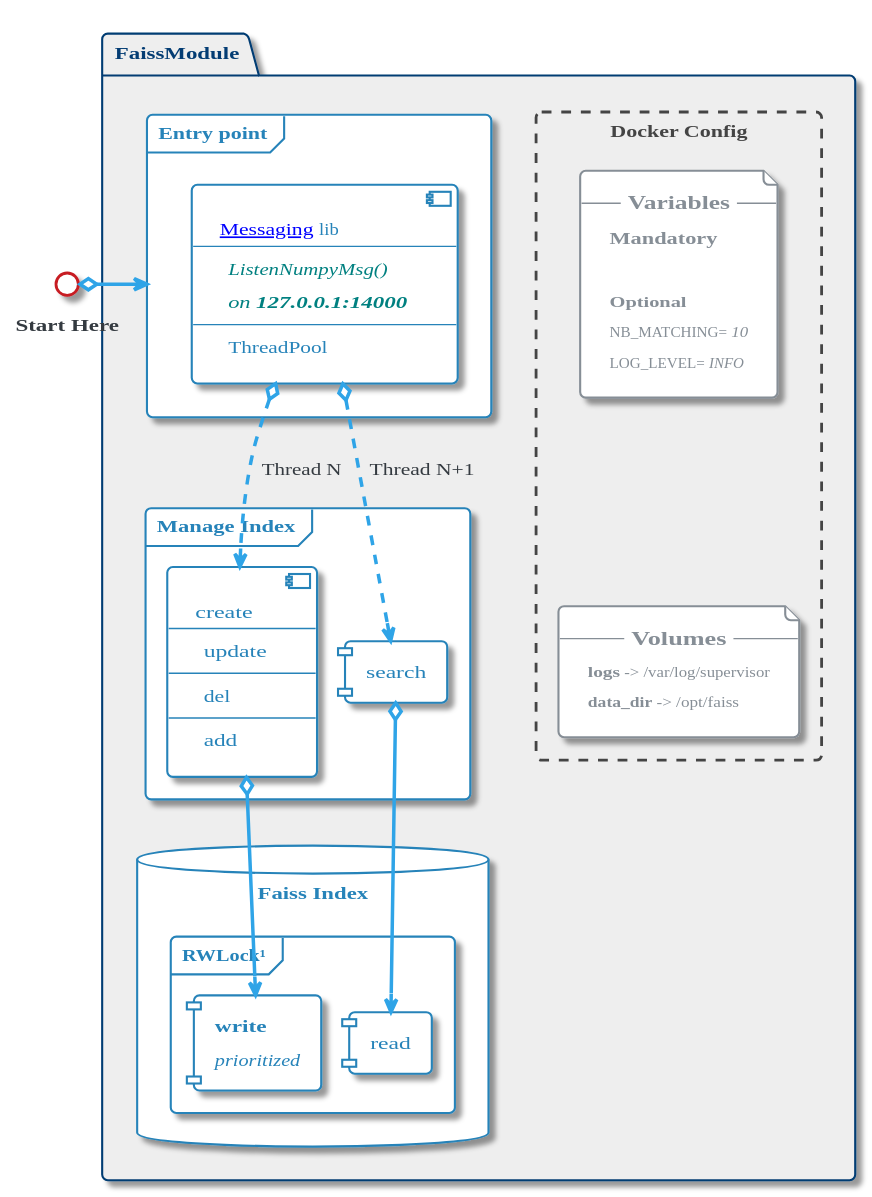
This is images/plantuml/FAISS/faiss/FAISS_Full.svg from momenttech/maestro-architecture, a PlantUML export, as it was before one commit. Source of this version:
```plantuml
@startuml




skinparam backgroundColor White








skinparam defaultFontName       "Verdana"
skinparam defaultFontSize       12
skinparam dpi                   100
skinparam shadowing             True
skinparam roundcorner           8
skinparam ParticipantPadding    40
skinparam BoxPadding            40
skinparam Padding               5
skinparam ArrowColor            #868E96
skinparam stereotype {
    CBackgroundColor #EDF0F2
    CBorderColor #BABDBF
    ABackgroundColor #8FB961
    ABorderColor $SUCCESS_DARK
    IBackgroundColor #D2494E
    IBorderColor $DANGER_DARK
    EBackgroundColor #E47833
    EBorderColor $WARNING_DARK
    NBackgroundColor #35638F
    NBorderColor $INFO_DARK
}
skinparam title {
	FontColor	                 #2FA4E7
	BorderColor	                 #BABDBF
	FontSize	    	         20
	BorderRoundCorner            8
	BorderThickness 	         1
	BackgroundColor              White
}

skinparam legend {
	BackgroundColor White
	BorderColor #BABDBF
	FontColor #343A40
}


skinparam activity {
		FontColor #2683B9
	BorderColor #2683B9
	BackgroundColor White
	BarColor #73A839
	StartColor #033C73
	EndColor #033C73
	DiamondBackgroundColor White
  	DiamondBorderColor #BABDBF
	DiamondFontColor #BABDBF
}


skinparam participant {
		FontColor #2683B9
	BorderColor #2683B9
	BackgroundColor White
	ParticipantBorderThickness 2
}


skinparam actor {
		FontColor #2683B9
	BorderColor #2683B9
	BackgroundColor White
}


skinparam arrow {
	Thickness 2.5
	Color #2FA4E7
	FontColor #343A40
}


skinparam sequence {
	BorderColor #2FA4E7
	TitleFontColor #2FA4E7
	BackgroundColor White
	StartColor #2FA4E7
	EndColor #2FA4E7
	BoxBackgroundColor White
	BoxBorderColor #868E96
	BoxFontColor #343A40
	LifeLineBorderColor #BABDBF
	LifeLineBorderThickness 2
	LifeLineBackgroundColor White
	GroupBorderColor #868E96
	GroupFontColor #343A40
	GroupHeaderFontColor #033C73
	DividerBackgroundColor White
    DividerBorderColor #868E96
    DividerBorderThickness 2
    DividerFontColor #343A40
	ReferenceBackgroundColor White
	ReferenceBorderColor #868E96
	ReferenceFontColor #343A40
	ReferenceHeaderFontColor #033C73
}


skinparam partition {
	BorderColor #2FA4E7
	FontColor #2FA4E7
	BackgroundColor White
}


skinparam collections {
		FontColor #2683B9
	BorderColor #2683B9
	BackgroundColor White
}


skinparam control {
		FontColor #2683B9
	BorderColor #2683B9
	BackgroundColor White
}


skinparam entity {
		FontColor #2683B9
	BorderColor #2683B9
	BackgroundColor White
}


skinparam boundary {
		FontColor #2683B9
	BorderColor #2683B9
	BackgroundColor White
}


skinparam agent {
	BackgroundColor White
	BorderColor #999999
	FontColor #333333
}


skinparam note {
	BorderThickness 1
	BackgroundColor White
	BorderColor #033C73
	FontColor #033C73
}


skinparam artifact {
	BackgroundColor White
	BorderColor #868E96
	FontColor #868E96
}


skinparam component {
		FontColor #2683B9
	BorderColor #2683B9
	BackgroundColor White

}


skinparam interface {
	BackgroundColor  White
	BorderColor  #C71C22
	FontColor #343A40
}


skinparam storage {
	BackgroundColor White
  	BorderColor #DD5600
	FontColor #DD5600
}


skinparam node {
	BackgroundColor White
	BorderColor #343A40
	FontColor #343A40
}


skinparam cloud {
	BackgroundColor #F2FCFE-#eeeeee
	BorderColor #F2FCFE
	FontColor #343A40
}


skinparam database {
		FontColor #2683B9
	BorderColor #2683B9
	BackgroundColor White
}


skinparam class {
		FontColor #2683B9
	BorderColor #2683B9
	BackgroundColor White
	HeaderBackgroundColor #2FA4E7-#2683B9
	StereotypeFontColor #343A40
	BorderThickness 1
	AttributeFontColor #343A40
	AttributeFontSize 11
}


skinparam object {
		FontColor #2683B9
	BorderColor #2683B9
	BackgroundColor White
	StereotypeFontColor #343A40
	BorderThickness 1
	AttributeFontColor #BABDBF
	AttributeFontSize 11
}


skinparam usecase {
		FontColor #2683B9
	BorderColor #2683B9
	BackgroundColor White
	BorderThickness 2
	StereotypeFontColor #2FA4E7
}


skinparam rectangle {
		FontColor #2683B9
	BorderColor #2683B9
	BackgroundColor White
	BorderThickness 2
	StereotypeFontColor #2FA4E7
}


skinparam package {
	BackgroundColor #F2FCFE-#eeeeee
  	BorderColor #033C73
	FontColor #033C73
	BorderThickness 2
}


skinparam folder {
	BackgroundColor White
  	BorderColor #DD5600
	FontColor #DD5600
	BorderThickness 2
}


skinparam frame {
		FontColor #2683B9
	BorderColor #2683B9
	BackgroundColor White
	BorderThickness 2
	StereotypeFontColor #2FA4E7
}



skinparam state {
		FontColor #2683B9
	BorderColor #2683B9
	BackgroundColor White
	StartColor #033C73
	EndColor #033C73
	AttributeFontColor #BABDBF
	AttributeFontSize 11
}


skinparam queue {
		FontColor #2683B9
	BorderColor #2683B9
	BackgroundColor White
}


skinparam card {
	BackgroundColor White
	BorderColor #033C73
	FontColor #033C73
}


skinparam file {
	BackgroundColor White
	BorderColor #868E96
	FontColor #868E96
}


skinparam stack {
		FontColor #2683B9
	BorderColor #2683B9
	BackgroundColor White
}



hide stereotype

!pragma horizontalLineBetweenDifferentPackageAllowed

skinparam file<<NOTE>> {
	BorderThickness 0.5
    BackgroundColor LightYellow
	BorderColor LightSteelBlue
	FontColor SteelBlue
    FontSize 10
    ArrowColor LightSteelBlue
}
skinparam arrow<<NOTE>> {
    Color LightSteelBlue
}





skinparam node<<MULTITHREADED>>{
    FontColor #E47833
	BorderColor #E47833
	BackgroundColor White
	BorderThickness 2
	StereotypeFontColor #2FA4E7
}


skinparam package<<CONTAINER>>{
    	BackgroundColor #eeeeee
  	BorderColor #033C73
	FontColor #033C73
	BorderThickness 2
}
skinparam frame<<CONTAINER>>{
    	BackgroundColor #eeeeee
  	BorderColor #033C73
	FontColor #033C73
	BorderThickness 2
}


skinparam rectangle<<boundary>> {
    BackgroundColor #eeeeee
    Shadowing false
    StereotypeFontSize 0
    FontColor #444444
    BorderColor #444444
    BorderStyle dashed
    BoxPadding 0
}

skinparam file<<docker_params>> {
    Shadowing True
    FontSize 10
}












skinparam nodesep 20
skinparam ranksep 10

scale 1





interface "<b>Start Here</b>" as FAISSØMQ
    package FaissModule as FaissModule <<CONTAINER>> {
            rectangle "Docker Config" <<boundary>> as FaissModule_cfg {


        file "-- =Variables --\n==Mandatory\n\n===Optional\nNB_MATCHING= <i>10</i>\n                                LOG_LEVEL= <i>INFO</i>" <<docker_params>> as FaissModule_vars


        file "-- =Volumes --\n<b>logs</b> -> /var/log/supervisor\n                            <b>data_dir</b> -> /opt/faiss" <<docker_params>> as FaissModule_vols

                FaissModule_vols -[hidden]U- FaissModule_vars
        }

        frame "Entry point" as EntryPoint {
            component FAISS_MSG_C [
                [[http://10.165.64.205/AI/Messaging Messaging]] lib
                ----
                <i><color:teal>ListenNumpyMsg()</color></i>
                <i><color:teal>on <b>127.0.0.1:14000</b></color></i>
                ----
                ThreadPool
                ]
        }
            FAISSØMQ o-r-> EntryPoint

        frame "Manage Index" as MgntIndex {
            component FaissIdxMgnt [
                create
                ---
                update
                ---
                del
                ---
                add]
                [search]
        }

        FAISS_MSG_C o..> [search]: Thread N+1
        FAISS_MSG_C o..> FaissIdxMgnt: Thread N

        database "Faiss Index" as FaissIndex {
            frame "RWLock¹" as FaissRWLock {
                component "<b>write</b>\n<i>prioritized</i>" as write
                [read]
            }
        }
            [search] o--> [read]
            FaissIdxMgnt o--> [write]


}
@enduml
```
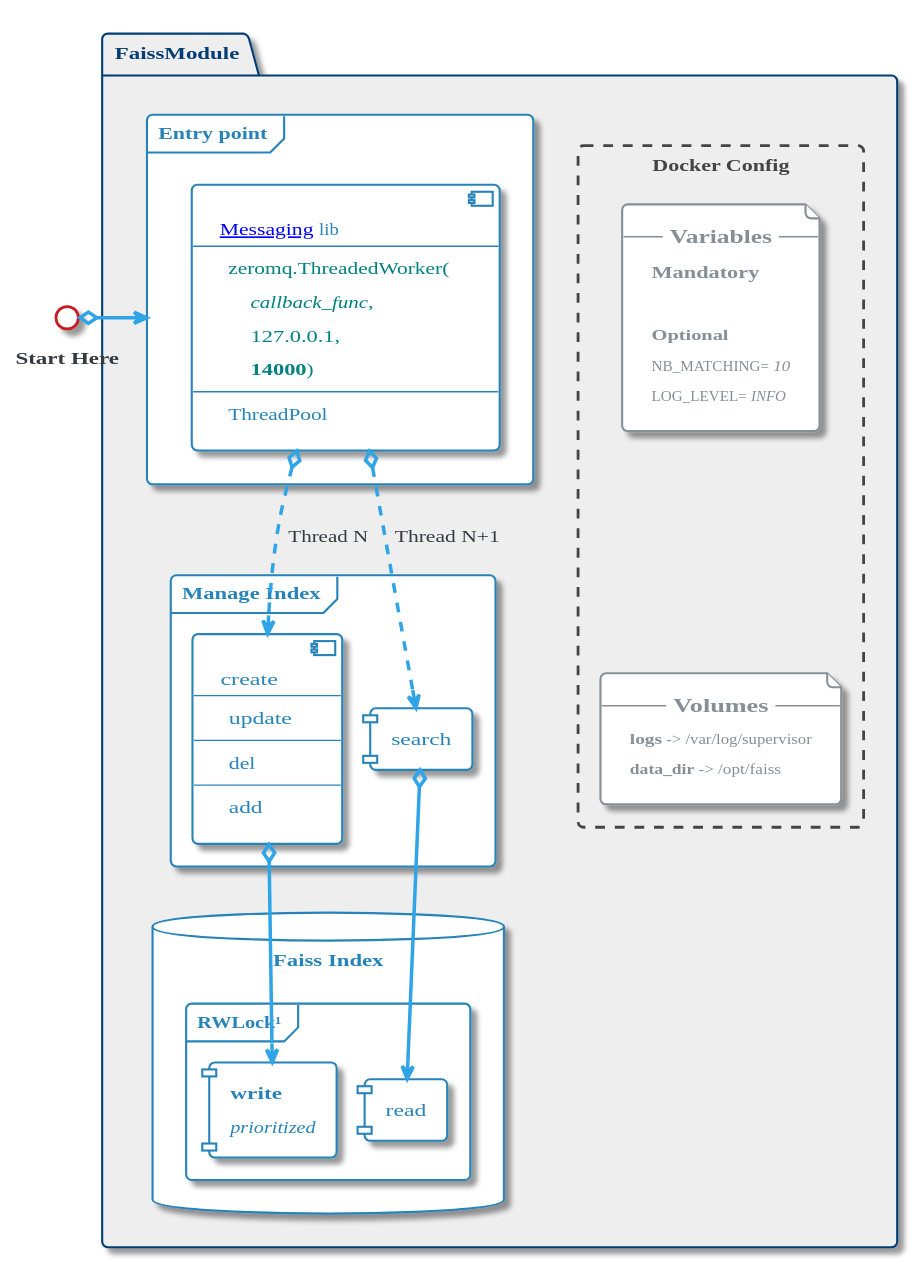
The same diagram one commit later.

The edit, as a diff of the source:
```diff
@@ -1,4 +1,4 @@
-@startuml
+@startuml FAISS_Full
 
 
 
@@ -319,6 +319,7 @@
 
 hide stereotype
 
+skinparam backgroundColor transparent
 !pragma horizontalLineBetweenDifferentPackageAllowed
 
 skinparam file<<NOTE>> {
@@ -412,8 +413,10 @@
             component FAISS_MSG_C [
                 [[http://10.165.64.205/AI/Messaging Messaging]] lib
                 ----
-                <i><color:teal>ListenNumpyMsg()</color></i>
-                <i><color:teal>on <b>127.0.0.1:14000</b></color></i>
+                <color:teal>zeromq.ThreadedWorker(</color>
+                <color:teal>    <i>callback_func</i>,</color>
+                <color:teal>    127.0.0.1,</color>
+                <color:teal>    <b>14000</b>)</color>
                 ----
                 ThreadPool
                 ]
```
